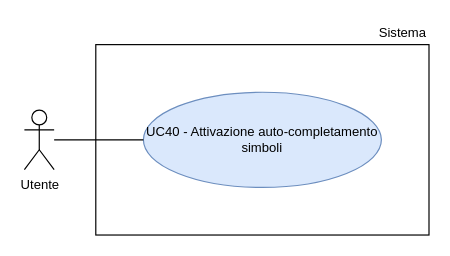
This is RTB/doc_esterna/analisi-dei-requisiti/assets/draw.io/UC40.drawio from thebitless-group-swe/thebitless.github.io, a draw.io file, before an edit. Source tidied: cells renumbered, new cells numbered last; positions are measured from the earlier drawing's top-left corner, leaving out a move shared by most shapes. Both pictures are drawn from the tidied source at 119%, with x=0, y=0 at pixel (24, 20).
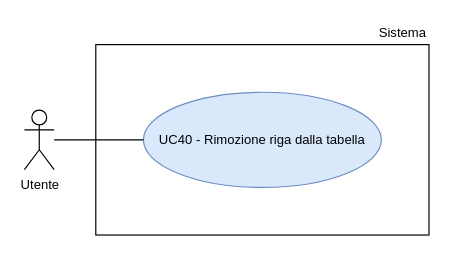
The same diagram, later.

Diff of the diagram source:
```diff
@@
 <mxGraphModel>
   <root>
     <mxCell id="0" />
     <mxCell id="1" parent="0" />
     <mxCell id="2" value="Utente" style="shape=umlActor;verticalLabelPosition=bottom;verticalAlign=top;html=1;outlineConnect=0;fontSize=11;" parent="1" vertex="1">
       <mxGeometry y="75" width="25" height="50" as="geometry" />
     </mxCell>
     <mxCell id="3" style="rounded=0;whiteSpace=wrap;html=1;strokeWidth=1;" parent="1" vertex="1">
       <mxGeometry x="60" y="20" width="280" height="160" as="geometry" />
     </mxCell>
     <mxCell id="4" value="Sistema" style="text;html=1;whiteSpace=wrap;strokeColor=none;fillColor=none;align=right;verticalAlign=middle;fontSize=11;" parent="1" vertex="1">
       <mxGeometry x="270" width="70" height="20" as="geometry" />
     </mxCell>
-    <mxCell id="5" value="UC40 - Attivazione auto-completamento simboli" style="ellipse;whiteSpace=wrap;html=1;fillColor=#dae8fc;strokeColor=#6c8ebf;fontSize=11;" parent="1" vertex="1">
+    <mxCell id="5" value="UC40 - Rimozione riga dalla tabella" style="ellipse;whiteSpace=wrap;html=1;fillColor=#dae8fc;strokeColor=#6c8ebf;fontSize=11;" parent="1" vertex="1">
       <mxGeometry x="100" y="60" width="200" height="80" as="geometry" />
     </mxCell>
     <mxCell id="6" style="edgeStyle=none;rounded=0;jettySize=auto;html=1;endArrow=none;endFill=0;" parent="1" edge="1" source="2" target="5">
       <mxGeometry relative="1" as="geometry" />
     </mxCell>
   </root>
 </mxGraphModel>
```
